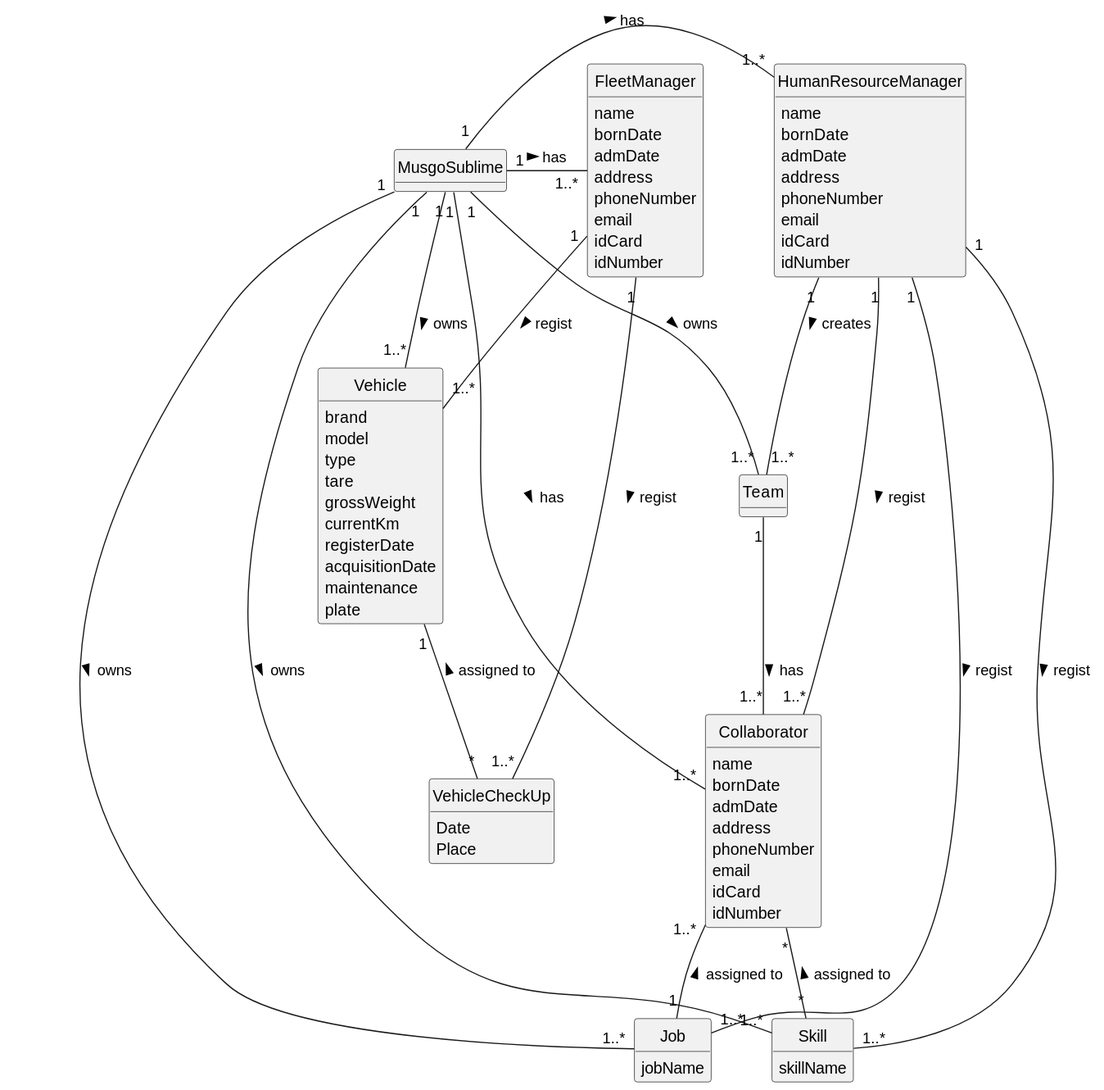
Above: docs/sprintA/global-artifacts/02.analysis/svg/project-domain-model.svg in 1231360-ISEP/lei-24-s2-1db-g021 (PlantUML), before the change.
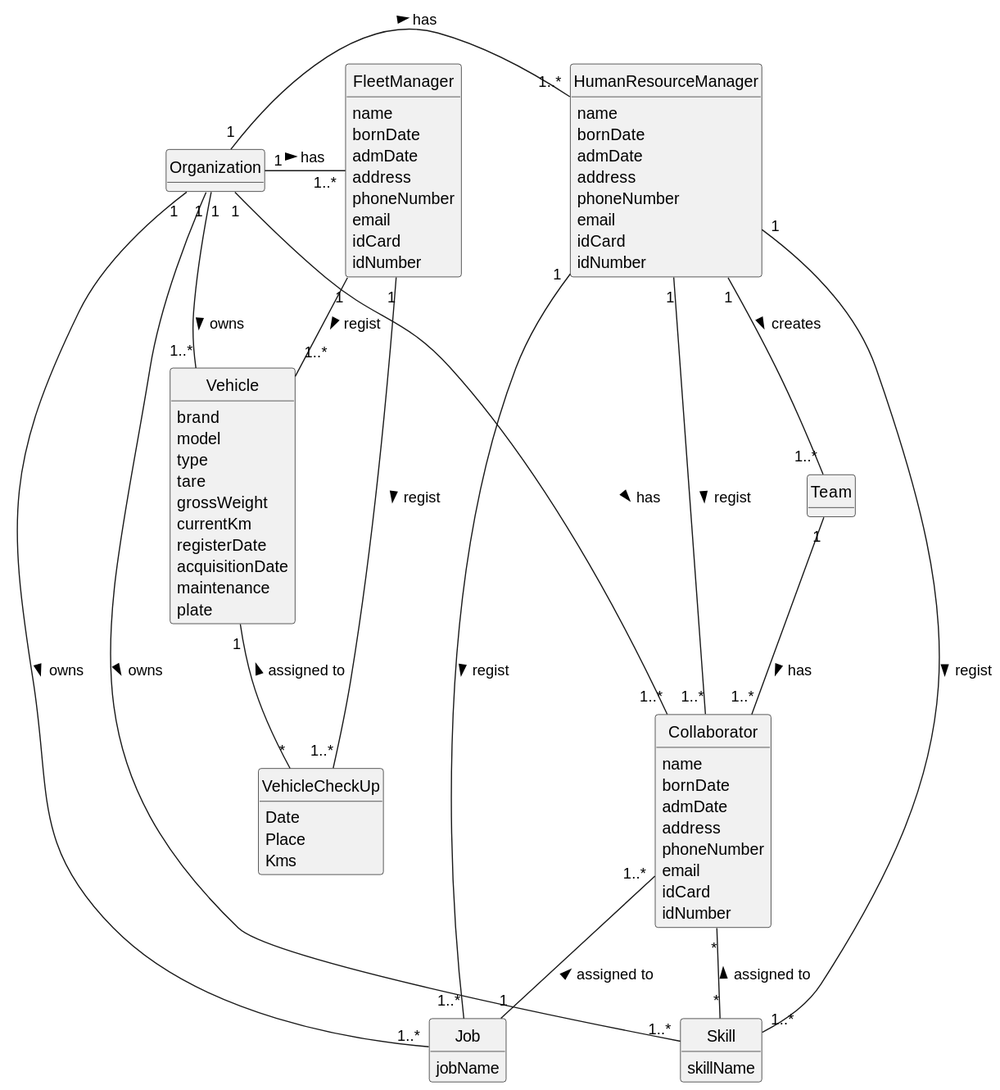
After the change.

Commit message:
Update US domain model and SVG

Change to the diagram source:
```diff
@@ -7,7 +7,7 @@
 hide methods
 
 
-class MusgoSublime {
+class Organization {
 }
 
 class HumanResourceManager {
@@ -70,15 +70,15 @@
 class VehicleCheckUp {
     Date
     Place
+    Kms
 }
 
-MusgoSublime "1" - "1..*" HumanResourceManager: has >
-MusgoSublime "1" - "1..*" Collaborator: has >
-MusgoSublime "1" - "1..*" FleetManager: has >
-MusgoSublime "1" - "1..*" Skill: owns >
-MusgoSublime "1" - "1..*" Job: owns >
-MusgoSublime "1" - "1..*" Team: owns >
-MusgoSublime "1" - "1..*" Vehicle: owns >
+Organization "1" - "1..*" HumanResourceManager: has >
+Organization "1" - "1..*" Collaborator: has >
+Organization "1" - "1..*" FleetManager: has >
+Organization "1" - "1..*" Skill: owns >
+Organization "1" - "1..*" Job: owns >
+Organization "1" - "1..*" Vehicle: owns >
 HumanResourceManager "1" -- "1..*" Skill : regist >
 HumanResourceManager "1" -- "1..*" Job : regist >
 HumanResourceManager "1" -- "1..*" Collaborator : regist >
```
